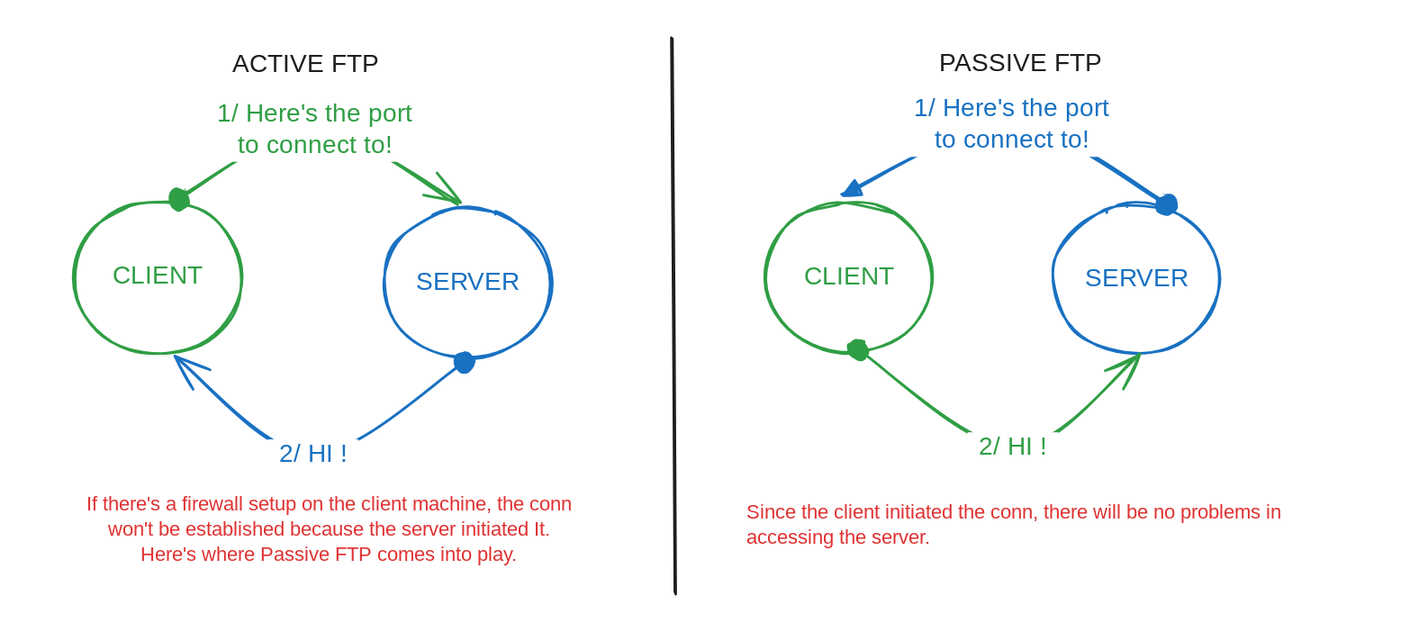
This is .gitbook/assets/file.excalidraw (5).svg from 7ankalis/muninn-cpts, a Excalidraw export, as it was before one commit. Source tidied: one line per element, renumbered; positions are measured from the earlier drawing's top-left corner, leaving out a move shared by most shapes.
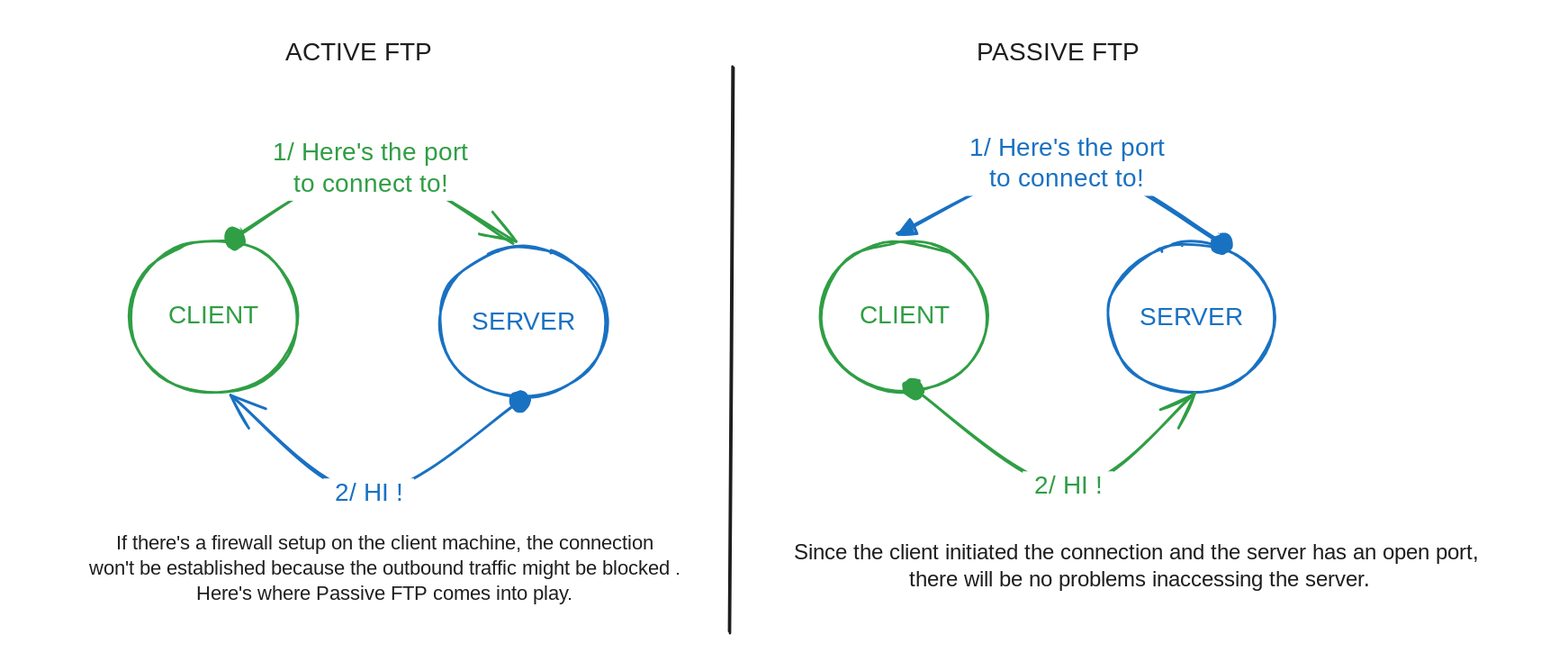
The same diagram one commit later.

Diff of the diagram source:
```diff
@@ -6,9 +6,9 @@
 {"id": 5, "type": "text", "text": "SERVER", "strokeColor": "#1971c2", "strokeWidth": 2, "roughness": 1, "fontSize": 20, "fontFamily": 1, "textAlign": "center", "verticalAlign": "middle", "inside": 4, "x": 303, "y": 182, "width": 77, "height": 25}
 {"id": 6, "type": "ellipse", "strokeColor": "#2f9e44", "strokeWidth": 2, "roughness": 1, "round": true, "x": 29, "y": 129, "width": 133, "height": 122}
 {"id": 7, "type": "text", "text": "CLIENT", "strokeColor": "#2f9e44", "strokeWidth": 2, "roughness": 1, "fontSize": 20, "fontFamily": 1, "textAlign": "center", "verticalAlign": "middle", "inside": 6, "x": 56, "y": 177, "width": 78, "height": 25}
-{"id": 8, "type": "line", "strokeColor": "#1e1e1e", "strokeWidth": 2, "roughness": 1, "round": true, "x": 502, "y": 0, "width": 3, "height": 440, "points": [[0, 0], [3, 440]]}
+{"id": 8, "type": "line", "strokeColor": "#1e1e1e", "strokeWidth": 2, "roughness": 1, "round": true, "x": 507, "y": -8, "width": 2, "height": 448, "points": [[0, 0], [-2, 448]]}
-{"id": 9, "type": "text", "text": "ACTIVE FTP", "strokeColor": "#1e1e1e", "strokeWidth": 2, "roughness": 1, "fontSize": 20, "fontFamily": 1, "x": 155, "y": 8, "width": 128, "height": 25}
+{"id": 9, "type": "text", "text": "ACTIVE FTP", "strokeColor": "#1e1e1e", "strokeWidth": 2, "roughness": 1, "fontSize": 20, "fontFamily": 1, "x": 152, "y": -32, "width": 128, "height": 25}
-{"id": 10, "type": "text", "text": "PASSIVE FTP", "strokeColor": "#1e1e1e", "strokeWidth": 2, "roughness": 1, "fontSize": 20, "fontFamily": 1, "x": 716, "y": 8, "width": 136, "height": 25}
+{"id": 10, "type": "text", "text": "PASSIVE FTP", "strokeColor": "#1e1e1e", "strokeWidth": 2, "roughness": 1, "fontSize": 20, "fontFamily": 1, "x": 701, "y": -31, "width": 136, "height": 25}
 {"id": 11, "type": "arrow", "strokeColor": "#2f9e44", "strokeWidth": 2, "roughness": 1, "startArrowhead": "dot", "endArrowhead": "arrow", "round": true, "from": 6, "to": 4, "x": 111, "y": 127, "width": 223, "height": 58, "points": [[0, 0], [109, -55], [223, 3]]}
 {"id": 12, "type": "text", "text": "1/ Here's the port\nto connect to!", "strokeColor": "#2f9e44", "strokeWidth": 2, "roughness": 1, "fontSize": 20, "fontFamily": 1, "textAlign": "center", "verticalAlign": "middle", "inside": 11, "x": 132, "y": 48, "width": 176, "height": 50}
 {"id": 13, "type": "arrow", "strokeColor": "#1971c2", "strokeWidth": 2, "roughness": 1, "startArrowhead": "arrow", "endArrowhead": "dot", "round": true, "from": 6, "to": 4, "x": 109, "y": 253, "width": 230, "height": 77, "points": [[0, 0], [109, 77], [230, 3]]}
@@ -17,5 +17,5 @@
 {"id": 16, "type": "text", "text": "1/ Here's the port\nto connect to!", "strokeColor": "#1971c2", "strokeWidth": 2, "roughness": 1, "fontSize": 20, "fontFamily": 1, "textAlign": "center", "verticalAlign": "middle", "inside": 15, "x": 694, "y": 48, "width": 176, "height": 50}
 {"id": 17, "type": "arrow", "strokeColor": "#2f9e44", "strokeWidth": 2, "roughness": 1, "startArrowhead": "dot", "endArrowhead": "arrow", "round": true, "x": 651, "y": 247, "width": 223, "height": 78, "points": [[0, 0], [123, 78], [223, 3]]}
 {"id": 18, "type": "text", "text": "2/ HI !", "strokeColor": "#2f9e44", "strokeWidth": 2, "roughness": 1, "fontSize": 20, "fontFamily": 1, "textAlign": "center", "verticalAlign": "middle", "inside": 17, "x": 738, "y": 312, "width": 72, "height": 25}
-{"id": 19, "type": "text", "text": "Since the client initiated the conn, there will be no problems in\naccessing the server.", "strokeColor": "#e03131", "strokeWidth": 2, "roughness": 1, "fontSize": 16, "fontFamily": 1, "x": 563, "y": 367, "width": 489, "height": 40}
+{"id": 19, "type": "text", "text": "Since the client initiated the connection and the server has an open port,\n there will be no problems inaccessing the server.", "strokeColor": "#1e1e1e", "strokeWidth": 2, "roughness": 1, "fontSize": 17.09, "fontFamily": 1, "textAlign": "center", "x": 516, "y": 367, "width": 624, "height": 43}
-{"id": 20, "type": "text", "text": "If there's a firewall setup on the client machine, the conn\nwon't be established because the server initiated It.\nHere's where Passive FTP comes into play.", "strokeColor": "#e03131", "strokeWidth": 2, "roughness": 1, "fontSize": 16, "fontFamily": 1, "textAlign": "center", "x": 0, "y": 360, "width": 462, "height": 60}
+{"id": 20, "type": "text", "text": "If there's a firewall setup on the client machine, the connection\nwon't be established because the outbound traffic might be blocked .\nHere's where Passive FTP comes into play.", "strokeColor": "#1e1e1e", "strokeWidth": 2, "roughness": 1, "fontSize": 16, "fontFamily": 1, "textAlign": "center", "x": -44, "y": 360, "width": 550, "height": 60}
```
